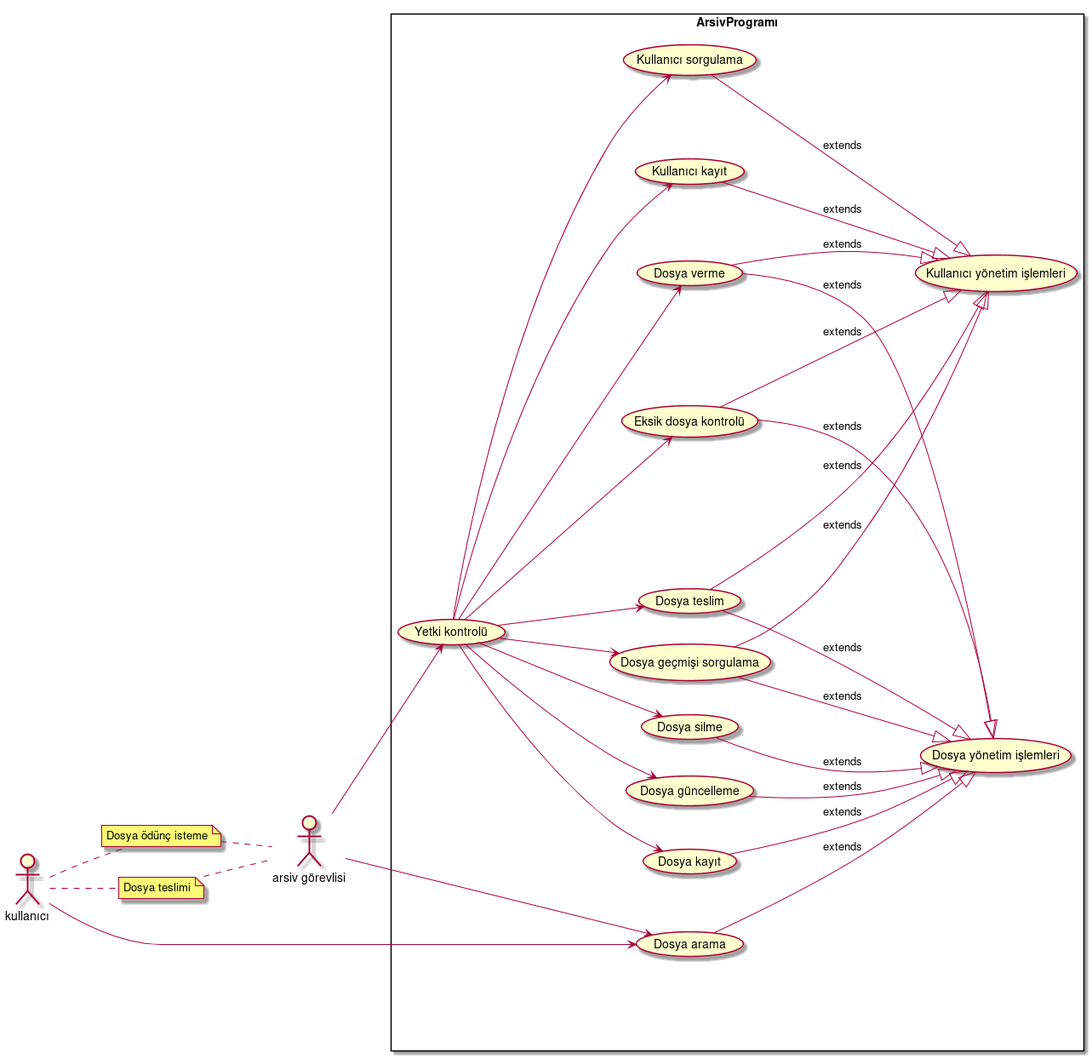
Above: src/main/resources/uml/useCase.png in ipa-mosit/ARSIV-AMS2 (PlantUML), before the change.
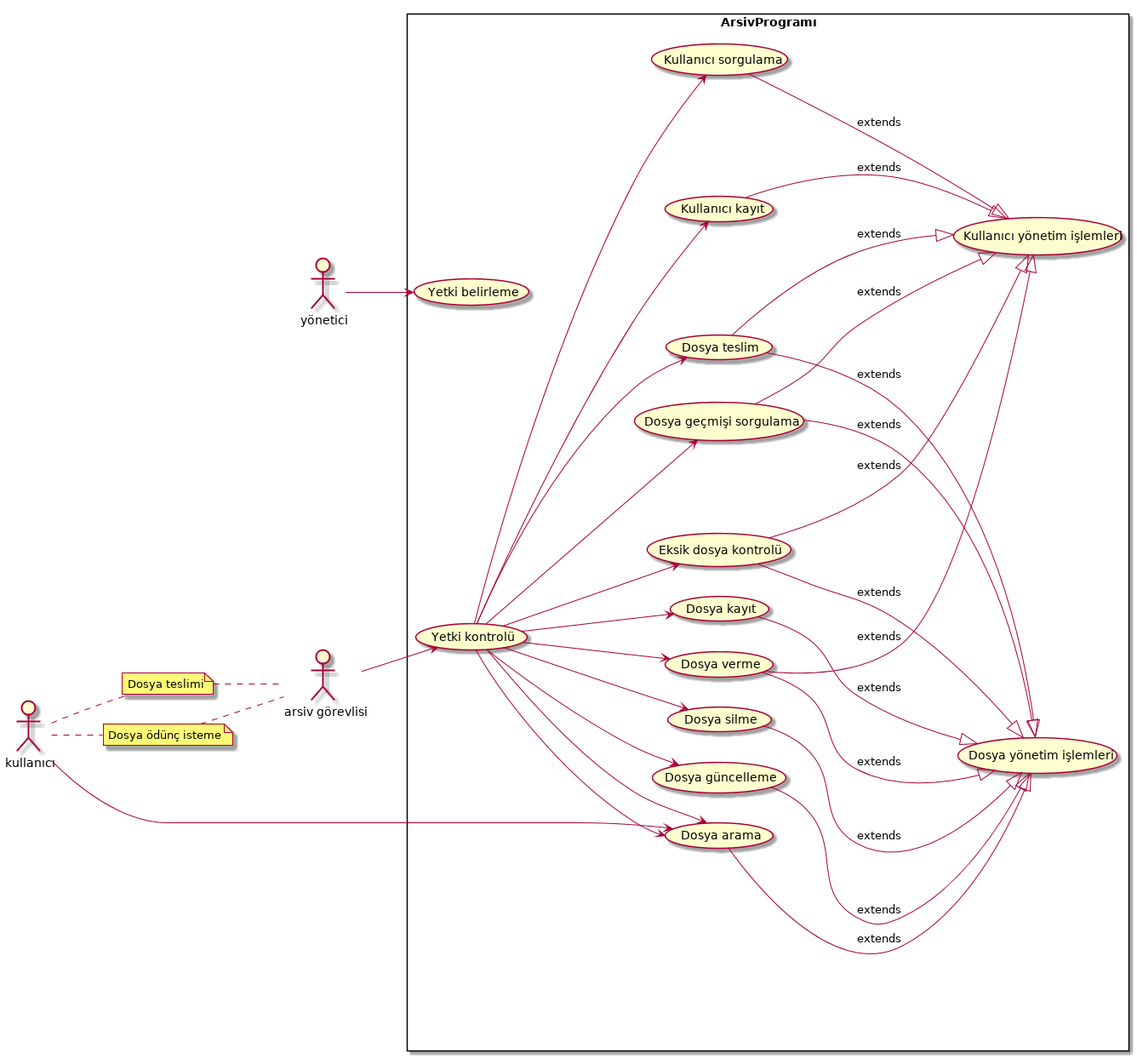
The same diagram one commit later.

Change to the diagram source:
```diff
@@ -2,6 +2,7 @@
 left to right direction
 actor "arsiv görevlisi"as argör
 actor kullanıcı
+actor yönetici as SU
 
 note "Dosya ödünç isteme" as DOI
 note "Dosya teslimi" as DT
@@ -11,20 +12,21 @@
 DOI .. argör
 rectangle ArsivProgramı {
 
-(Yetki kontrolü)
+SU-->(Yetki belirleme)
+(Yetki kontrolü) as YK
 kullanıcı-->(Dosya arama)
-argör-->(Yetki kontrolü)
-argör --> (Dosya arama)
-(Yetki kontrolü)--> (Dosya kayıt)
-(Yetki kontrolü)--> (Dosya güncelleme)
-(Yetki kontrolü)--> (Dosya verme)
-(Yetki kontrolü)--> (Dosya silme)
-(Yetki kontrolü)--> (Dosya teslim)
-(Yetki kontrolü)-->(Kullanıcı kayıt)
-(Yetki kontrolü)-->(Kullanıcı sorgulama)
-(Yetki kontrolü)-->(Eksik dosya kontrolü)
-(Yetki kontrolü)-->(Dosya geçmişi sorgulama)
-
+argör-->YK
+YK --> (Dosya arama)
+YK--> (Dosya kayıt)
+YK--> (Dosya güncelleme)
+YK--> (Dosya verme)
+YK--> (Dosya silme)
+YK--> (Dosya teslim)
+YK-->(Kullanıcı kayıt)
+YK-->(Kullanıcı sorgulama)
+YK-->(Eksik dosya kontrolü)
+YK-->(Dosya geçmişi sorgulama)
+YK --> (Dosya arama)
 
 (Dosya teslim)--|>(Kullanıcı yönetim işlemleri):extends
 (Dosya verme)--|>(Kullanıcı yönetim işlemleri):extends
```
